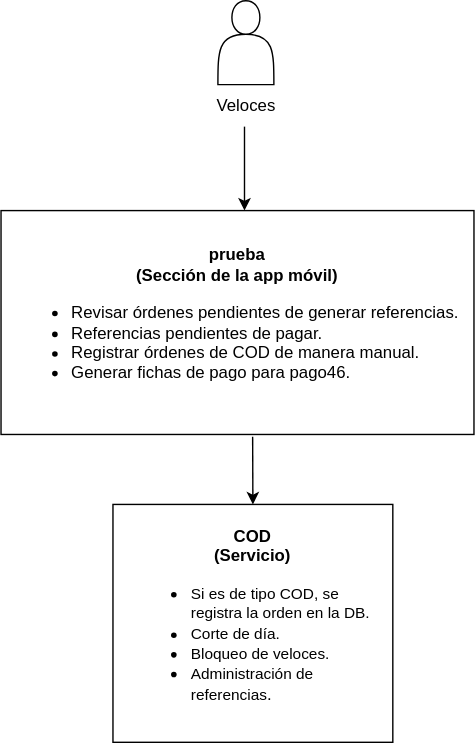
Earlier version of the draw.io export Diagrama C1 COD.svg (dani99m/Diagramas). Source tidied: cells renumbered, new cells last; positions are measured from the earlier drawing's top-left corner, leaving out a move shared by most shapes.
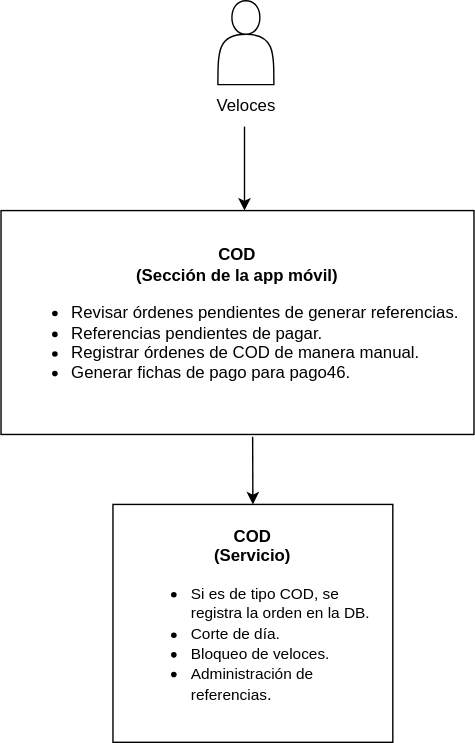
Above is the later version.

What changed in the source:
```diff
@@ -17,7 +17,7 @@
         </Array>
       </mxGeometry>
     </mxCell>
-    <mxCell id="5" value="&lt;span style=&quot;background-color: initial;&quot;&gt;&lt;b&gt;prueba&lt;br&gt;(Sección de la app m&lt;/b&gt;&lt;span style=&quot;font-size: 12px;&quot;&gt;&lt;b&gt;óvil)&lt;/b&gt;&lt;/span&gt;&lt;br&gt;&lt;/span&gt;&lt;ul&gt;&lt;li style=&quot;text-align: left;&quot;&gt;Revisar órdenes pendientes de generar referencias.&lt;/li&gt;&lt;li style=&quot;text-align: left;&quot;&gt;Referencias pendientes de pagar.&lt;/li&gt;&lt;li style=&quot;text-align: left;&quot;&gt;Registrar órdenes de COD de manera manual.&lt;/li&gt;&lt;li style=&quot;text-align: left;&quot;&gt;Generar fichas de pago para pago46.&lt;/li&gt;&lt;/ul&gt;" style="rounded=0;whiteSpace=wrap;html=1;" parent="1" vertex="1">
+    <mxCell id="5" value="&lt;span style=&quot;background-color: initial;&quot;&gt;&lt;b&gt;COD&lt;br&gt;(Sección de la app m&lt;/b&gt;&lt;span style=&quot;font-size: 12px;&quot;&gt;&lt;b&gt;óvil)&lt;/b&gt;&lt;/span&gt;&lt;br&gt;&lt;/span&gt;&lt;ul&gt;&lt;li style=&quot;text-align: left;&quot;&gt;Revisar órdenes pendientes de generar referencias.&lt;/li&gt;&lt;li style=&quot;text-align: left;&quot;&gt;Referencias pendientes de pagar.&lt;/li&gt;&lt;li style=&quot;text-align: left;&quot;&gt;Registrar órdenes de COD de manera manual.&lt;/li&gt;&lt;li style=&quot;text-align: left;&quot;&gt;Generar fichas de pago para pago46.&lt;/li&gt;&lt;/ul&gt;" style="rounded=0;whiteSpace=wrap;html=1;" parent="1" vertex="1">
       <mxGeometry y="150" width="338" height="160" as="geometry" />
     </mxCell>
     <mxCell id="6" style="endArrow=classic;html=1;rounded=0;entryX=0.5;entryY=0;entryDx=0;entryDy=0;exitX=0.532;exitY=1.01;exitDx=0;exitDy=0;exitPerimeter=0;" parent="1" edge="1" source="5" target="7">
```
